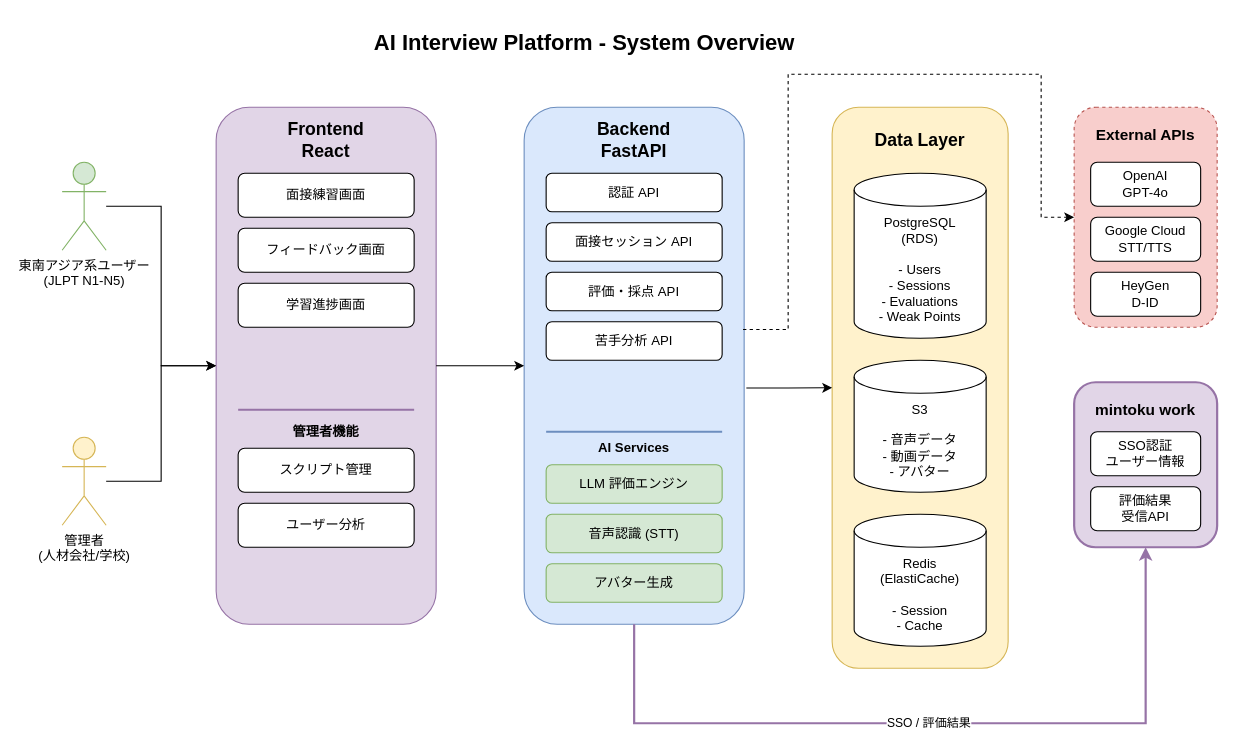
Earlier version of the draw.io diagram docs/images/設計書_2.1_システム概要.drawio (yoshidasendai115/ai-interview). Source tidied: cells renumbered, new cells numbered last; positions are measured from the earlier drawing's top-left corner, leaving out a move shared by most shapes. Both pictures are drawn from the tidied source at 110%, with x=0, y=0 at pixel (62, 19).
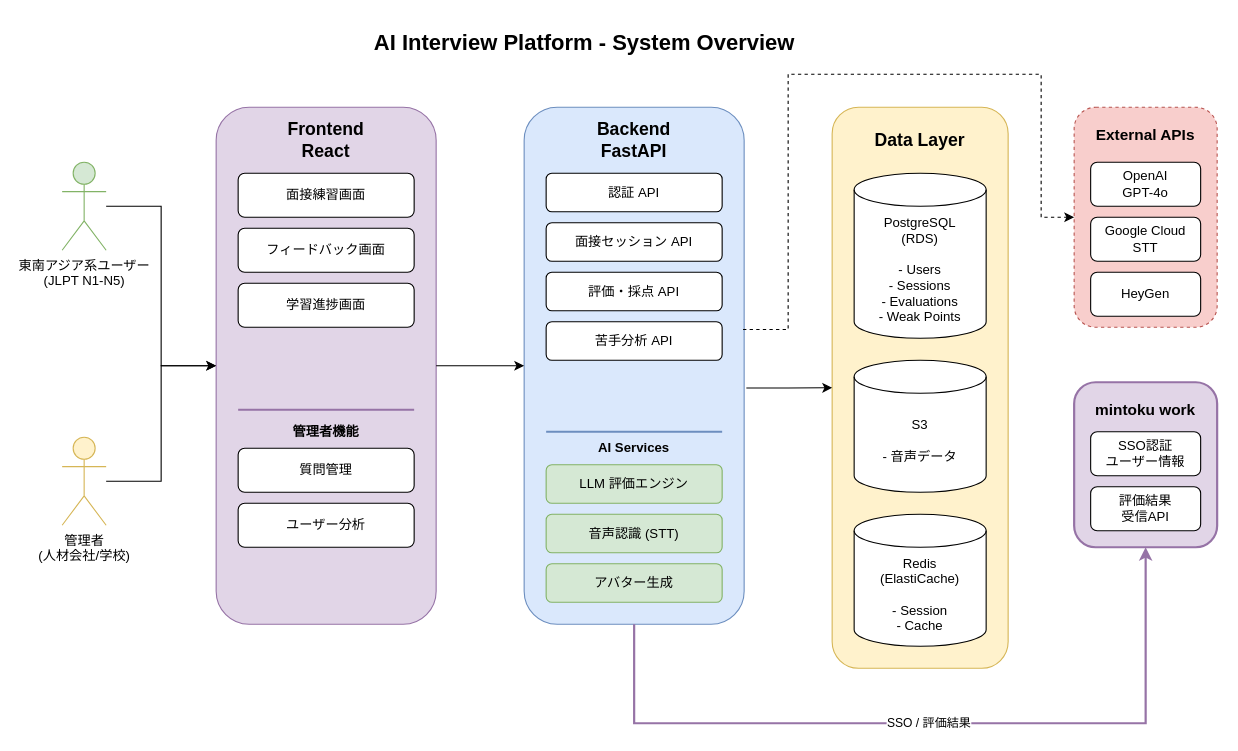
The same diagram, later.

The edit, as a diff of the source:
```diff
@@
-    <mxCell id="12" value="スクリプト管理" style="rounded=1;whiteSpace=wrap;html=1;fillColor=#ffffff;" parent="1" vertex="1">
+    <mxCell id="12" value="質問管理" style="rounded=1;whiteSpace=wrap;html=1;fillColor=#ffffff;" parent="1" vertex="1">
       <mxGeometry x="160" y="390" width="160" height="40" as="geometry" />
     </mxCell>
@@
-    <mxCell id="28" value="S3&#10;&#10;- 音声データ&#10;- 動画データ&#10;- アバター" style="shape=cylinder3;whiteSpace=wrap;html=1;boundedLbl=1;backgroundOutline=1;size=15;fillColor=#ffffff;" parent="1" vertex="1">
+    <mxCell id="28" value="S3&#10;&#10;- 音声データ" style="shape=cylinder3;whiteSpace=wrap;html=1;boundedLbl=1;backgroundOutline=1;size=15;fillColor=#ffffff;" parent="1" vertex="1">
       <mxGeometry x="720" y="310" width="120" height="120" as="geometry" />
     </mxCell>
@@
-    <mxCell id="37" value="Google Cloud&#10;STT/TTS" style="rounded=1;whiteSpace=wrap;html=1;fillColor=#ffffff;" parent="1" vertex="1">
+    <mxCell id="37" value="Google Cloud&#10;STT" style="rounded=1;whiteSpace=wrap;html=1;fillColor=#ffffff;" parent="1" vertex="1">
       <mxGeometry x="935" y="180" width="100" height="40" as="geometry" />
     </mxCell>
-    <mxCell id="38" value="HeyGen&#10;D-ID" style="rounded=1;whiteSpace=wrap;html=1;fillColor=#ffffff;" parent="1" vertex="1">
+    <mxCell id="38" value="HeyGen" style="rounded=1;whiteSpace=wrap;html=1;fillColor=#ffffff;" parent="1" vertex="1">
       <mxGeometry x="935" y="230" width="100" height="40" as="geometry" />
     </mxCell>
```
